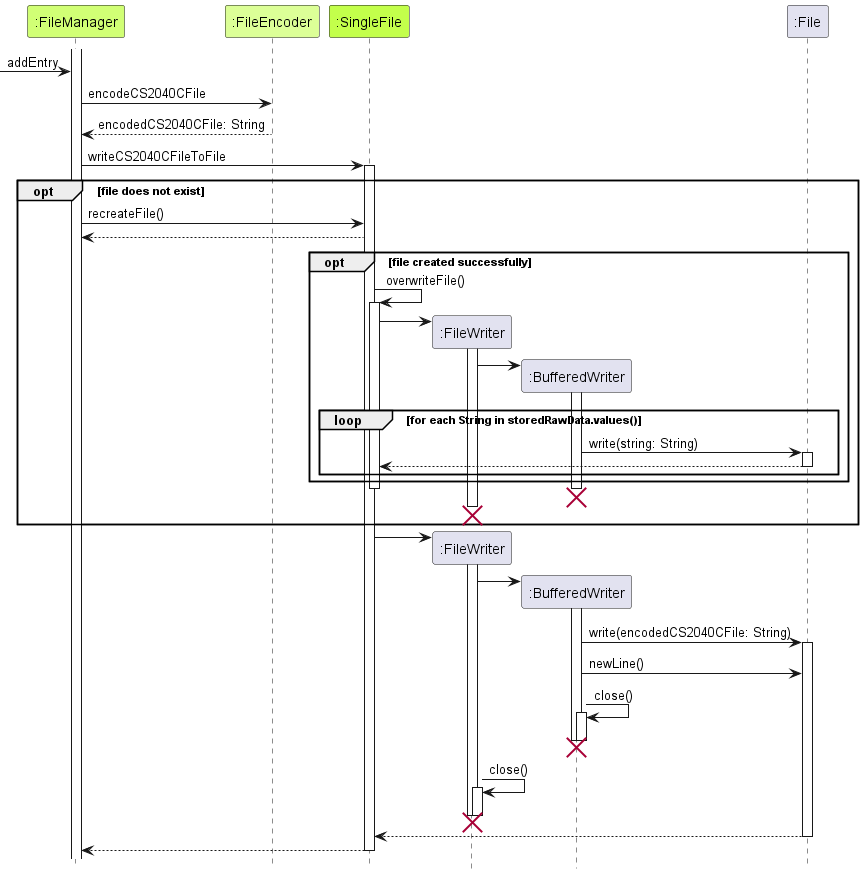
Earlier version of the PlantUML export docs/sequence-diagrams/diagrams/AddEntry.png (ong-ck/tp).
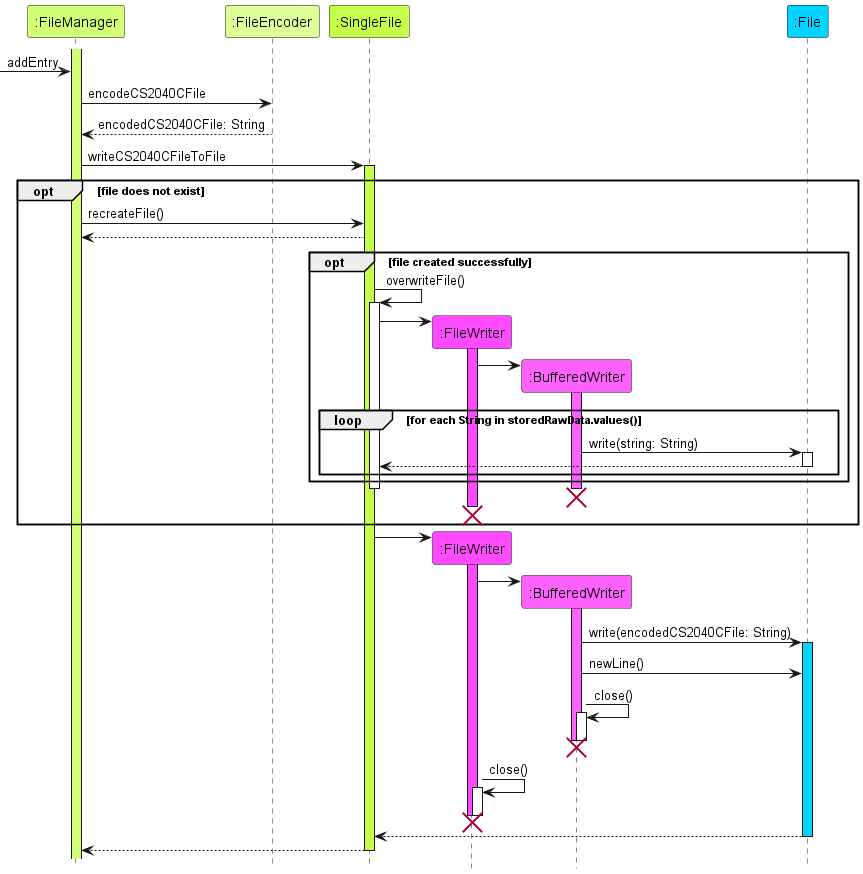
After the commit.

Change to the diagram source:
```diff
@@ -5,16 +5,16 @@
 participant ":FileManager" as FileManager FileManager_STYLE
 participant ":FileEncoder" as FileEncoder FileEncoder_STYLE
 participant ":SingleFile" as SingleFile SingleFile_STYLE
-participant ":FileWriter" as FileWriter
-participant ":BufferedWriter" as BufferedWriter
-participant ":File" as File
+participant ":FileWriter" as FileWriter FileWriter_STYLE
+participant ":BufferedWriter" as BufferedWriter BufferedWriter_STYLE
+participant ":File" as File File_STYLE
 
-activate FileManager
+activate FileManager FileManager_STYLE
 -> FileManager : addEntry
 FileManager -> FileEncoder : encodeCS2040CFile
 FileEncoder --> FileManager : encodedCS2040CFile: String
 FileManager -> SingleFile : writeCS2040CFileToFile
-activate SingleFile
+activate SingleFile SingleFile_STYLE
     opt file does not exist
         FileManager -> SingleFile : recreateFile()
         SingleFile --> FileManager
@@ -22,9 +22,9 @@
             SingleFile -> SingleFile : overwriteFile()
             activate SingleFile
             SingleFile -> FileWriter **
-            activate FileWriter
+            activate FileWriter FileWriter_STYLE
             FileWriter -> BufferedWriter **
-            activate BufferedWriter
+            activate BufferedWriter BufferedWriter_STYLE
             loop for each String in storedRawData.values()
                 BufferedWriter -> File : write(string: String)
                 activate File
@@ -38,11 +38,11 @@
         end
 
 SingleFile -> FileWriter **
-activate FileWriter
+activate FileWriter FileWriter_STYLE
 FileWriter -> BufferedWriter **
-activate BufferedWriter
+activate BufferedWriter BufferedWriter_STYLE
 BufferedWriter -> File : write(encodedCS2040CFile: String)
-activate File
+activate File File_STYLE
 BufferedWriter -> File : newLine()
 BufferedWriter -> BufferedWriter : close()
 activate BufferedWriter
```
